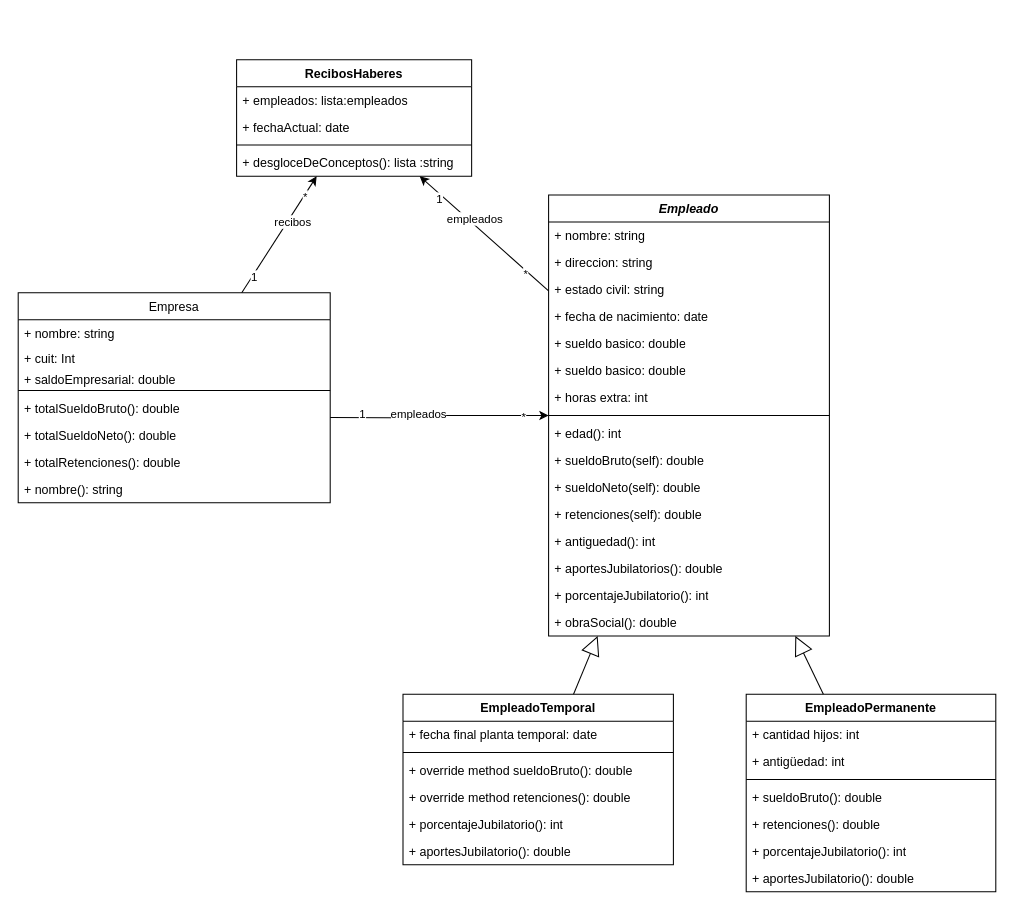
Rodriexze/Objetos2 keeps this draw.io diagram as Tp2-Ej1.drawio. Above is the earlier version. Source tidied: cells renumbered, new cells numbered last; positions are measured from the earlier drawing's top-left corner, leaving out a move shared by most shapes. Both pictures are drawn from the tidied source at 104%, with x=0, y=0 at pixel (18, 59).
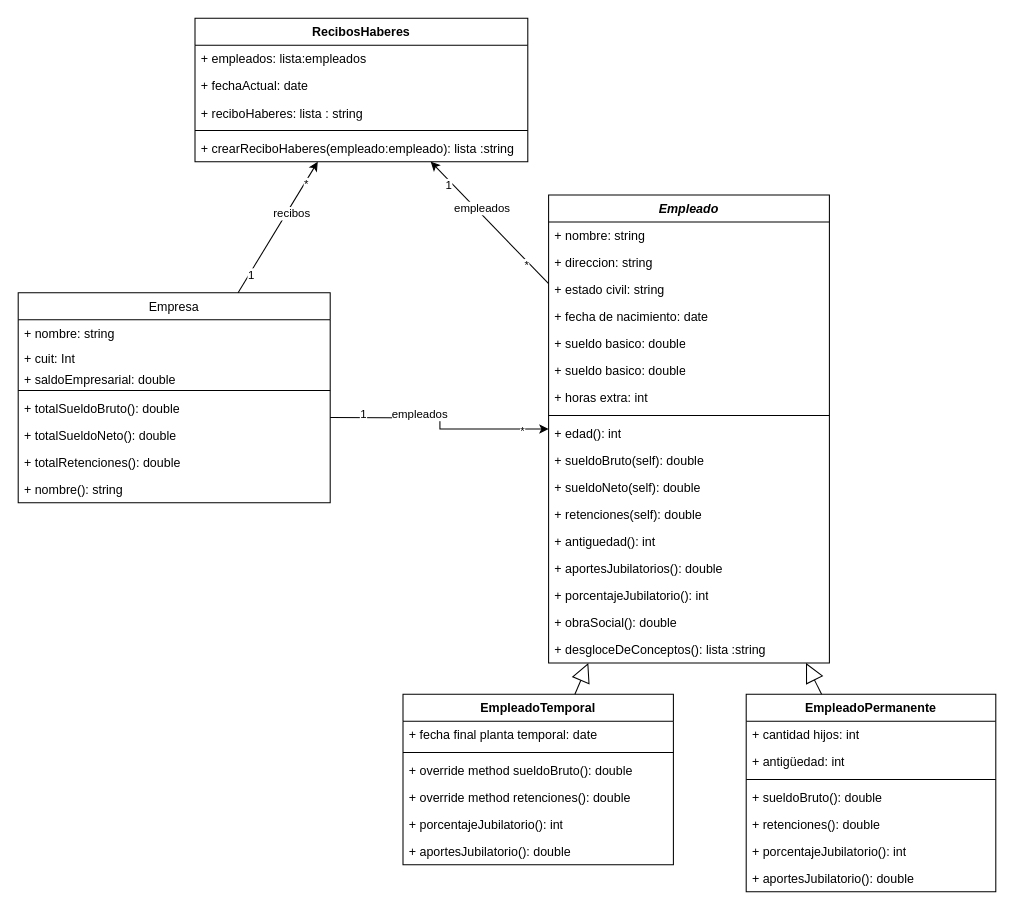
The same page after the edit.

The edit, as a diff of the source:
```diff
@@
     <mxCell id="19" value="&lt;i&gt;Empleado&lt;/i&gt;" style="swimlane;fontStyle=1;align=center;verticalAlign=top;horizontal=1;startSize=26;whiteSpace=wrap;html=1;" parent="1" vertex="1">
-      <mxGeometry x="510" y="130" width="270" height="424" as="geometry" />
+      <mxGeometry x="510" y="130" width="270" height="450" as="geometry" />
     </mxCell>
@@
+    <mxCell id="57" value="+ desgloceDeConceptos(): lista :string" style="text;strokeColor=none;fillColor=none;align=left;verticalAlign=top;spacingLeft=4;spacingRight=4;overflow=hidden;whiteSpace=wrap;html=1;" parent="19" vertex="1">
+      <mxGeometry y="424" width="270" height="26" as="geometry" />
+    </mxCell>
@@
     <mxCell id="53" value="RecibosHaberes" style="swimlane;fontStyle=1;align=center;verticalAlign=top;horizontal=1;startSize=26;whiteSpace=wrap;html=1;" parent="1" vertex="1">
-      <mxGeometry x="210" width="226" height="112" as="geometry" />
+      <mxGeometry x="170" y="-40" width="320" height="138" as="geometry" />
     </mxCell>
     <mxCell id="54" value="+ empleados: lista:empleados" style="text;strokeColor=none;fillColor=none;align=left;verticalAlign=top;spacingLeft=4;spacingRight=4;overflow=hidden;whiteSpace=wrap;html=1;" parent="53" vertex="1">
-      <mxGeometry y="26" width="226" height="26" as="geometry" />
+      <mxGeometry y="26" width="320" height="26" as="geometry" />
     </mxCell>
     <mxCell id="55" value="+ fechaActual: date" style="text;strokeColor=none;fillColor=none;align=left;verticalAlign=top;spacingLeft=4;spacingRight=4;overflow=hidden;whiteSpace=wrap;html=1;" parent="53" vertex="1">
-      <mxGeometry y="52" width="226" height="26" as="geometry" />
+      <mxGeometry y="52" width="320" height="26" as="geometry" />
     </mxCell>
+    <mxCell id="62" value="+ reciboHaberes: lista : string" style="text;strokeColor=none;fillColor=none;align=left;verticalAlign=top;spacingLeft=4;spacingRight=4;overflow=hidden;whiteSpace=wrap;html=1;" parent="53" vertex="1">
+      <mxGeometry y="78" width="320" height="26" as="geometry" />
+    </mxCell>
     <mxCell id="56" style="line;strokeWidth=1;fillColor=none;align=left;verticalAlign=middle;spacingTop=-1;spacingLeft=3;spacingRight=3;labelPosition=right;strokeColor=inherit;" parent="53" vertex="1">
-      <mxGeometry y="78" width="226" height="8" as="geometry" />
+      <mxGeometry y="104" width="320" height="8" as="geometry" />
     </mxCell>
-    <mxCell id="57" value="+ desgloceDeConceptos(): lista :string" style="text;strokeColor=none;fillColor=none;align=left;verticalAlign=top;spacingLeft=4;spacingRight=4;overflow=hidden;whiteSpace=wrap;html=1;" parent="53" vertex="1">
-      <mxGeometry y="86" width="226" height="26" as="geometry" />
-    </mxCell>
+    <mxCell id="63" value="+ crearReciboHaberes&lt;span style=&quot;background-color: transparent;&quot;&gt;(empleado:empleado): lista :string&lt;/span&gt;" style="text;strokeColor=none;fillColor=none;align=left;verticalAlign=top;spacingLeft=4;spacingRight=4;overflow=hidden;whiteSpace=wrap;html=1;" parent="53" vertex="1">
+      <mxGeometry y="112" width="320" height="26" as="geometry" />
+    </mxCell>
```
